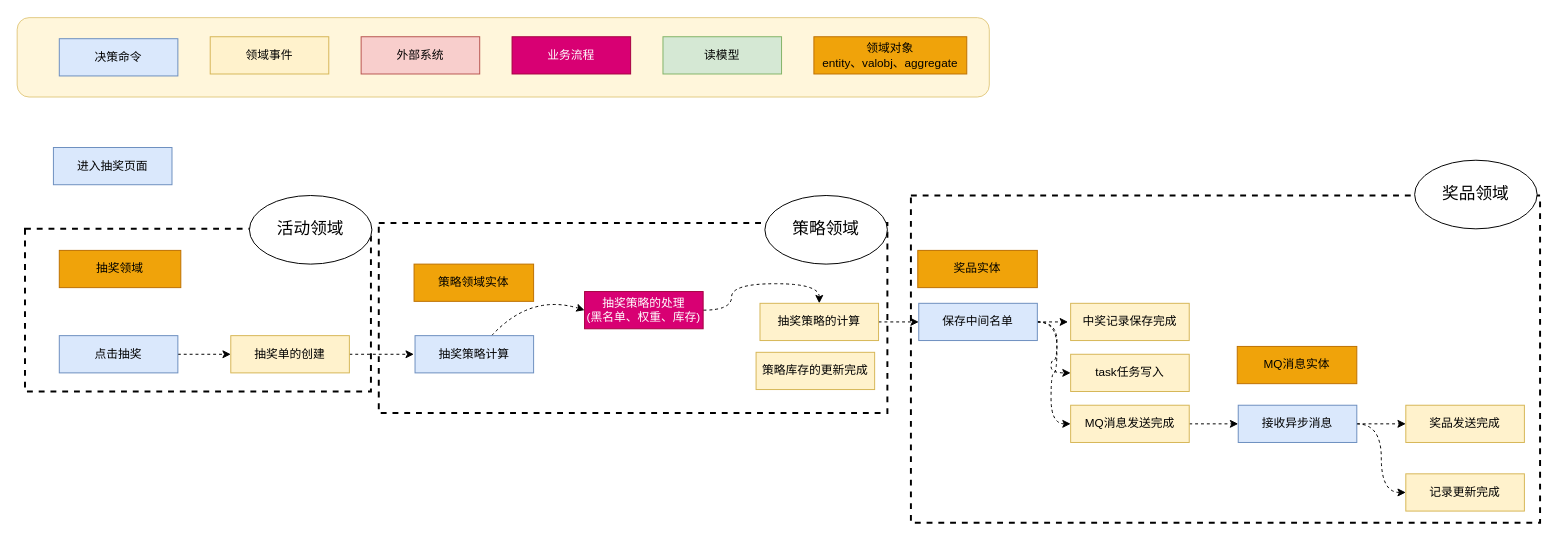
Above: bigmarket.drawio in mianbaosao/drawio (draw.io), before the change. Source tidied: cells renumbered, new cells numbered last; positions are measured from the earlier drawing's top-left corner, leaving out a move shared by most shapes. Both pictures are drawn from the tidied source at 98%, with x=0, y=0 at pixel (17, 18).
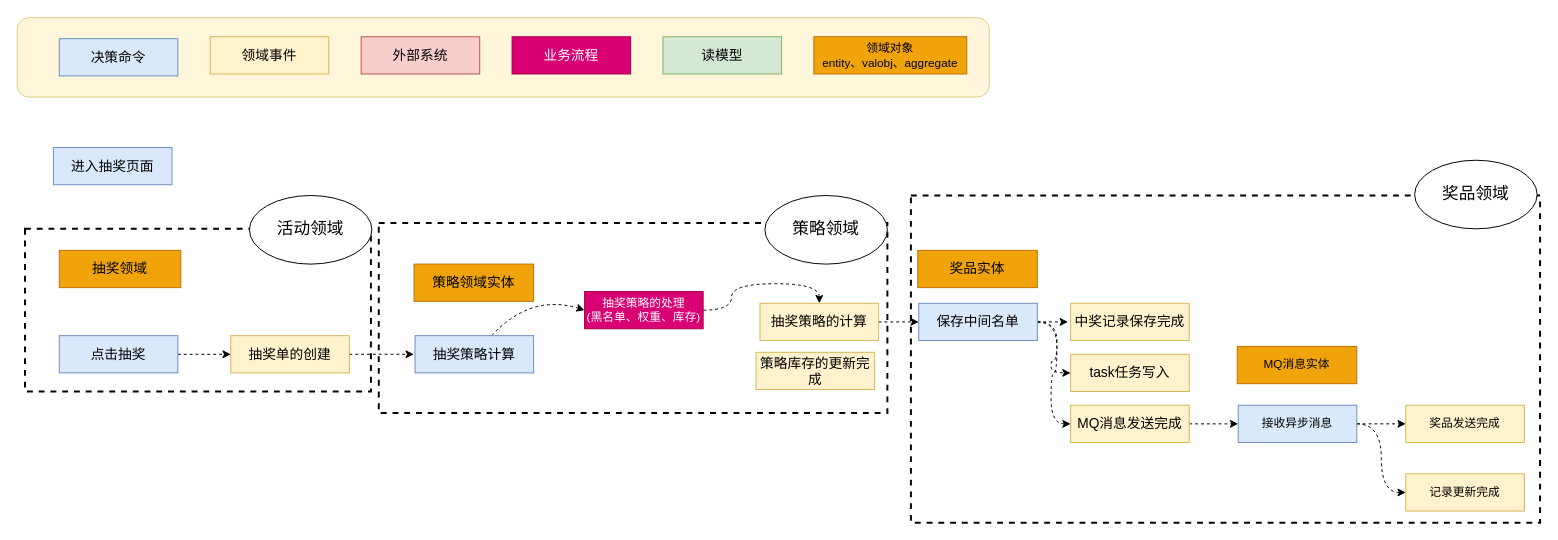
The same diagram, later.

Change to the diagram source:
```diff
@@
-    <mxCell id="6" value="决策命令" style="rounded=0;whiteSpace=wrap;html=1;fillColor=#dae8fc;strokeColor=#6c8ebf;fillStyle=solid;" parent="1" vertex="1">
+    <mxCell id="6" value="决策命令" style="rounded=0;whiteSpace=wrap;html=1;fillColor=#dae8fc;strokeColor=#6c8ebf;fillStyle=solid;fontSize=14;" parent="1" vertex="1">
       <mxGeometry x="43" y="21" width="121" height="38" as="geometry" />
     </mxCell>
-    <mxCell id="7" value="领域事件" style="rounded=0;whiteSpace=wrap;html=1;fillColor=#fff2cc;strokeColor=#d6b656;" parent="1" vertex="1">
+    <mxCell id="7" value="领域事件" style="rounded=0;whiteSpace=wrap;html=1;fillColor=#fff2cc;strokeColor=#d6b656;fontSize=14;" parent="1" vertex="1">
       <mxGeometry x="197" y="19" width="121" height="38" as="geometry" />
     </mxCell>
-    <mxCell id="8" value="外部系统" style="rounded=0;whiteSpace=wrap;html=1;fillColor=#f8cecc;strokeColor=#b85450;" parent="1" vertex="1">
+    <mxCell id="8" value="外部系统" style="rounded=0;whiteSpace=wrap;html=1;fillColor=#f8cecc;strokeColor=#b85450;fontSize=14;" parent="1" vertex="1">
       <mxGeometry x="351" y="19" width="121" height="38" as="geometry" />
     </mxCell>
-    <mxCell id="9" value="业务流程" style="rounded=0;whiteSpace=wrap;html=1;fillColor=#d80073;strokeColor=#A50040;fontColor=#ffffff;" parent="1" vertex="1">
+    <mxCell id="9" value="业务流程" style="rounded=0;whiteSpace=wrap;html=1;fillColor=#d80073;strokeColor=#A50040;fontColor=#ffffff;fontSize=14;" parent="1" vertex="1">
       <mxGeometry x="505" y="19" width="121" height="38" as="geometry" />
     </mxCell>
-    <mxCell id="10" value="读模型" style="rounded=0;whiteSpace=wrap;html=1;fillColor=#d5e8d4;strokeColor=#82b366;" parent="1" vertex="1">
+    <mxCell id="10" value="读模型" style="rounded=0;whiteSpace=wrap;html=1;fillColor=#d5e8d4;strokeColor=#82b366;fontSize=14;" parent="1" vertex="1">
       <mxGeometry x="659" y="19" width="121" height="38" as="geometry" />
     </mxCell>
@@
-    <mxCell id="12" value="进入抽奖页面" style="rounded=0;whiteSpace=wrap;html=1;fillColor=#dae8fc;strokeColor=#6c8ebf;fillStyle=solid;" parent="1" vertex="1">
+    <mxCell id="12" value="进入抽奖页面" style="rounded=0;whiteSpace=wrap;html=1;fillColor=#dae8fc;strokeColor=#6c8ebf;fillStyle=solid;fontSize=14;" parent="1" vertex="1">
       <mxGeometry x="37" y="132" width="121" height="38" as="geometry" />
     </mxCell>
-    <mxCell id="13" value="抽奖领域" style="rounded=0;whiteSpace=wrap;html=1;fillColor=#f0a30a;strokeColor=#BD7000;fontColor=#000000;" parent="1" vertex="1">
+    <mxCell id="13" value="抽奖领域" style="rounded=0;whiteSpace=wrap;html=1;fillColor=#f0a30a;strokeColor=#BD7000;fontColor=#000000;fontSize=14;" parent="1" vertex="1">
       <mxGeometry x="43" y="237" width="124" height="38" as="geometry" />
     </mxCell>
@@
-    <mxCell id="15" value="点击抽奖" style="rounded=0;whiteSpace=wrap;html=1;fillColor=#dae8fc;strokeColor=#6c8ebf;fillStyle=solid;" parent="1" vertex="1">
+    <mxCell id="15" value="点击抽奖" style="rounded=0;whiteSpace=wrap;html=1;fillColor=#dae8fc;strokeColor=#6c8ebf;fillStyle=solid;fontSize=14;" parent="1" vertex="1">
       <mxGeometry x="43" y="324" width="121" height="38" as="geometry" />
     </mxCell>
@@
-    <mxCell id="17" value="抽奖单的创建" style="rounded=0;whiteSpace=wrap;html=1;fillColor=#fff2cc;strokeColor=#d6b656;" parent="1" vertex="1">
+    <mxCell id="17" value="抽奖单的创建" style="rounded=0;whiteSpace=wrap;html=1;fillColor=#fff2cc;strokeColor=#d6b656;fontSize=14;" parent="1" vertex="1">
       <mxGeometry x="218" y="324" width="121" height="38" as="geometry" />
     </mxCell>
@@
-    <mxCell id="20" value="抽奖策略计算" style="rounded=0;whiteSpace=wrap;html=1;fillColor=#dae8fc;strokeColor=#6c8ebf;fillStyle=solid;" parent="1" vertex="1">
+    <mxCell id="20" value="抽奖策略计算" style="rounded=0;whiteSpace=wrap;html=1;fillColor=#dae8fc;strokeColor=#6c8ebf;fillStyle=solid;fontSize=14;" parent="1" vertex="1">
       <mxGeometry x="406" y="324" width="121" height="38" as="geometry" />
     </mxCell>
-    <mxCell id="21" value="策略领域实体" style="rounded=0;whiteSpace=wrap;html=1;fillColor=#f0a30a;strokeColor=#BD7000;fontColor=#000000;" parent="1" vertex="1">
+    <mxCell id="21" value="策略领域实体" style="rounded=0;whiteSpace=wrap;html=1;fillColor=#f0a30a;strokeColor=#BD7000;fontColor=#000000;fontSize=14;" parent="1" vertex="1">
       <mxGeometry x="405" y="251" width="122" height="38" as="geometry" />
     </mxCell>
@@
-    <mxCell id="25" value="抽奖策略的计算" style="rounded=0;whiteSpace=wrap;html=1;fillColor=#fff2cc;strokeColor=#d6b656;" parent="1" vertex="1">
+    <mxCell id="25" value="抽奖策略的计算" style="rounded=0;whiteSpace=wrap;html=1;fillColor=#fff2cc;strokeColor=#d6b656;fontSize=14;" parent="1" vertex="1">
       <mxGeometry x="758" y="291" width="121" height="38" as="geometry" />
     </mxCell>
-    <mxCell id="26" value="策略库存的更新完成" style="rounded=0;whiteSpace=wrap;html=1;fillColor=#fff2cc;strokeColor=#d6b656;" parent="1" vertex="1">
+    <mxCell id="26" value="策略库存的更新完成" style="rounded=0;whiteSpace=wrap;html=1;fillColor=#fff2cc;strokeColor=#d6b656;fontSize=14;" parent="1" vertex="1">
       <mxGeometry x="754" y="341" width="121" height="38" as="geometry" />
     </mxCell>
@@
-    <mxCell id="28" value="奖品实体" style="rounded=0;whiteSpace=wrap;html=1;fillColor=#f0a30a;strokeColor=#BD7000;fontColor=#000000;" parent="1" vertex="1">
+    <mxCell id="28" value="奖品实体" style="rounded=0;whiteSpace=wrap;html=1;fillColor=#f0a30a;strokeColor=#BD7000;fontColor=#000000;fontSize=14;" parent="1" vertex="1">
       <mxGeometry x="919" y="237" width="122" height="38" as="geometry" />
     </mxCell>
@@
-    <mxCell id="32" value="保存中间名单" style="rounded=0;whiteSpace=wrap;html=1;fillColor=#dae8fc;strokeColor=#6c8ebf;fillStyle=solid;" parent="1" vertex="1">
+    <mxCell id="32" value="保存中间名单" style="rounded=0;whiteSpace=wrap;html=1;fillColor=#dae8fc;strokeColor=#6c8ebf;fillStyle=solid;fontSize=14;" parent="1" vertex="1">
       <mxGeometry x="920" y="291" width="121" height="38" as="geometry" />
     </mxCell>
-    <mxCell id="33" value="task任务写入" style="rounded=0;whiteSpace=wrap;html=1;fillColor=#fff2cc;strokeColor=#d6b656;" parent="1" vertex="1">
+    <mxCell id="33" value="task任务写入" style="rounded=0;whiteSpace=wrap;html=1;fillColor=#fff2cc;strokeColor=#d6b656;fontSize=14;" parent="1" vertex="1">
       <mxGeometry x="1075" y="343" width="121" height="38" as="geometry" />
     </mxCell>
@@
-    <mxCell id="35" value="MQ消息发送完成" style="rounded=0;whiteSpace=wrap;html=1;fillColor=#fff2cc;strokeColor=#d6b656;" parent="1" vertex="1">
+    <mxCell id="35" value="MQ消息发送完成" style="rounded=0;whiteSpace=wrap;html=1;fillColor=#fff2cc;strokeColor=#d6b656;fontSize=14;" parent="1" vertex="1">
       <mxGeometry x="1075" y="395" width="121" height="38" as="geometry" />
     </mxCell>
-    <mxCell id="36" value="中奖记录保存完成" style="rounded=0;whiteSpace=wrap;html=1;fillColor=#fff2cc;strokeColor=#d6b656;" parent="1" vertex="1">
+    <mxCell id="36" value="中奖记录保存完成" style="rounded=0;whiteSpace=wrap;html=1;fillColor=#fff2cc;strokeColor=#d6b656;fontSize=14;" parent="1" vertex="1">
       <mxGeometry x="1075" y="291" width="121" height="38" as="geometry" />
     </mxCell>
```
